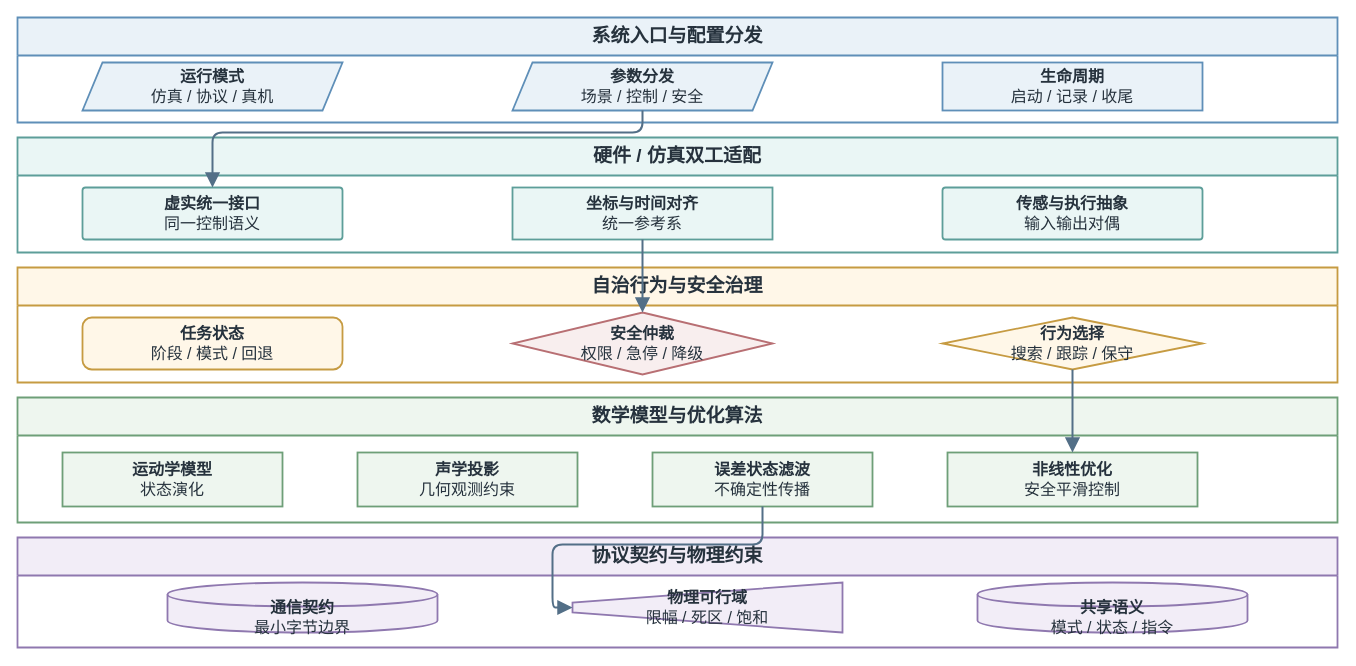
Before: docs/thesis/figures/architecture/auv_v2_five_layer_functional_architecture.drawio in 360ZMEM/AUV-Master-Project, a draw.io diagram. Source tidied: cells renumbered, new cells numbered last; positions are measured from the earlier drawing's top-left corner, leaving out a move shared by most shapes. Both pictures are drawn from the tidied source at 100%, with x=0, y=0 at pixel (17, 17).
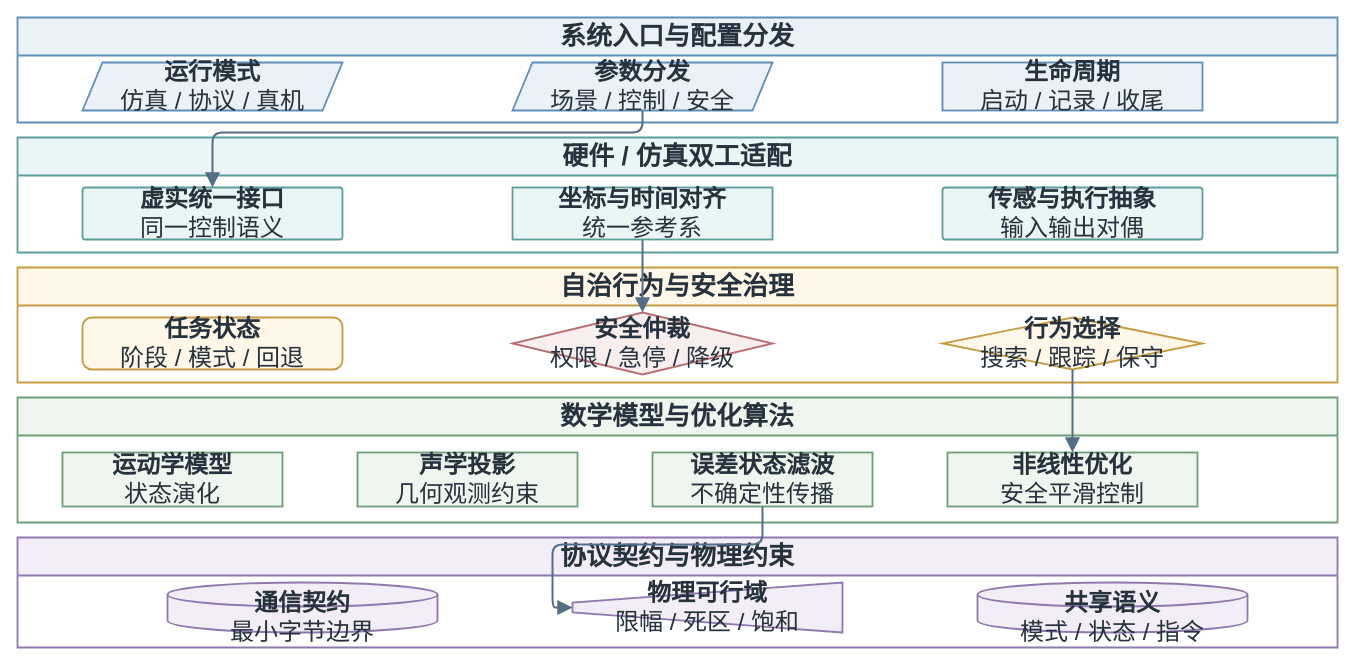
Above is the later version.

What changed in the source:
```diff
@@
-    <mxCell id="2" value="系统入口与配置分发" style="swimlane;whiteSpace=wrap;html=1;startSize=38;rounded=0;fillColor=#EAF2F8;strokeColor=#5F8FB8;strokeWidth=1.8;fontFamily=Songti SC;fontSize=19;fontStyle=1;fontColor=#26323D;" parent="1" vertex="1">
+    <mxCell id="2" value="系统入口与配置分发" style="swimlane;whiteSpace=wrap;html=1;startSize=38;rounded=0;fillColor=#EAF2F8;strokeColor=#5F8FB8;strokeWidth=1.8;fontFamily=Songti SC;fontSize=26;fontStyle=1;fontColor=#26323D;" parent="1" vertex="1">
       <mxGeometry width="1320" height="105" as="geometry" />
     </mxCell>
-    <mxCell id="3" value="硬件 / 仿真双工适配" style="swimlane;whiteSpace=wrap;html=1;startSize=38;rounded=0;fillColor=#EAF6F5;strokeColor=#5D9E99;strokeWidth=1.8;fontFamily=Songti SC;fontSize=19;fontStyle=1;fontColor=#26323D;" parent="1" vertex="1">
+    <mxCell id="3" value="硬件 / 仿真双工适配" style="swimlane;whiteSpace=wrap;html=1;startSize=38;rounded=0;fillColor=#EAF6F5;strokeColor=#5D9E99;strokeWidth=1.8;fontFamily=Songti SC;fontSize=26;fontStyle=1;fontColor=#26323D;" parent="1" vertex="1">
       <mxGeometry y="120" width="1320" height="115" as="geometry" />
     </mxCell>
-    <mxCell id="4" value="自治行为与安全治理" style="swimlane;whiteSpace=wrap;html=1;startSize=38;rounded=0;fillColor=#FFF7E8;strokeColor=#C69B42;strokeWidth=1.8;fontFamily=Songti SC;fontSize=19;fontStyle=1;fontColor=#26323D;" parent="1" vertex="1">
+    <mxCell id="4" value="自治行为与安全治理" style="swimlane;whiteSpace=wrap;html=1;startSize=38;rounded=0;fillColor=#FFF7E8;strokeColor=#C69B42;strokeWidth=1.8;fontFamily=Songti SC;fontSize=26;fontStyle=1;fontColor=#26323D;" parent="1" vertex="1">
       <mxGeometry y="250" width="1320" height="115" as="geometry" />
     </mxCell>
-    <mxCell id="5" value="数学模型与优化算法" style="swimlane;whiteSpace=wrap;html=1;startSize=38;rounded=0;fillColor=#EEF6EF;strokeColor=#6E9F78;strokeWidth=1.8;fontFamily=Songti SC;fontSize=19;fontStyle=1;fontColor=#26323D;" parent="1" vertex="1">
+    <mxCell id="5" value="数学模型与优化算法" style="swimlane;whiteSpace=wrap;html=1;startSize=38;rounded=0;fillColor=#EEF6EF;strokeColor=#6E9F78;strokeWidth=1.8;fontFamily=Songti SC;fontSize=26;fontStyle=1;fontColor=#26323D;" parent="1" vertex="1">
       <mxGeometry y="380" width="1320" height="125" as="geometry" />
     </mxCell>
-    <mxCell id="6" value="协议契约与物理约束" style="swimlane;whiteSpace=wrap;html=1;startSize=38;rounded=0;fillColor=#F2EDF7;strokeColor=#8F78AF;strokeWidth=1.8;fontFamily=Songti SC;fontSize=19;fontStyle=1;fontColor=#26323D;" parent="1" vertex="1">
+    <mxCell id="6" value="协议契约与物理约束" style="swimlane;whiteSpace=wrap;html=1;startSize=38;rounded=0;fillColor=#F2EDF7;strokeColor=#8F78AF;strokeWidth=1.8;fontFamily=Songti SC;fontSize=26;fontStyle=1;fontColor=#26323D;" parent="1" vertex="1">
       <mxGeometry y="520" width="1320" height="110" as="geometry" />
     </mxCell>
-    <mxCell id="7" value="&lt;b&gt;运行模式&lt;/b&gt;&lt;br&gt;仿真 / 协议 / 真机" style="shape=parallelogram;perimeter=parallelogramPerimeter;fixedSize=1;whiteSpace=wrap;html=1;align=center;verticalAlign=middle;fillColor=#EAF2F8;strokeColor=#5F8FB8;strokeWidth=1.8;spacing=8;fontFamily=Songti SC;fontSize=16;fontColor=#26323D;" parent="2" vertex="1">
+    <mxCell id="7" value="&lt;b&gt;运行模式&lt;/b&gt;&lt;br&gt;仿真 / 协议 / 真机" style="shape=parallelogram;perimeter=parallelogramPerimeter;fixedSize=1;whiteSpace=wrap;html=1;align=center;verticalAlign=middle;fillColor=#EAF2F8;strokeColor=#5F8FB8;strokeWidth=1.8;spacing=8;fontFamily=Songti SC;fontSize=24;fontColor=#26323D;" parent="2" vertex="1">
       <mxGeometry x="65" y="45" width="260" height="48" as="geometry" />
     </mxCell>
-    <mxCell id="8" value="&lt;b&gt;参数分发&lt;/b&gt;&lt;br&gt;场景 / 控制 / 安全" style="shape=parallelogram;perimeter=parallelogramPerimeter;fixedSize=1;whiteSpace=wrap;html=1;align=center;verticalAlign=middle;fillColor=#EAF2F8;strokeColor=#5F8FB8;strokeWidth=1.8;spacing=8;fontFamily=Songti SC;fontSize=16;fontColor=#26323D;" parent="2" vertex="1">
+    <mxCell id="8" value="&lt;b&gt;参数分发&lt;/b&gt;&lt;br&gt;场景 / 控制 / 安全" style="shape=parallelogram;perimeter=parallelogramPerimeter;fixedSize=1;whiteSpace=wrap;html=1;align=center;verticalAlign=middle;fillColor=#EAF2F8;strokeColor=#5F8FB8;strokeWidth=1.8;spacing=8;fontFamily=Songti SC;fontSize=24;fontColor=#26323D;" parent="2" vertex="1">
       <mxGeometry x="495" y="45" width="260" height="48" as="geometry" />
     </mxCell>
-    <mxCell id="9" value="&lt;b&gt;生命周期&lt;/b&gt;&lt;br&gt;启动 / 记录 / 收尾" style="rounded=0;whiteSpace=wrap;html=1;align=center;verticalAlign=middle;fillColor=#EAF2F8;strokeColor=#5F8FB8;strokeWidth=1.8;spacing=8;fontFamily=Songti SC;fontSize=16;fontColor=#26323D;" parent="2" vertex="1">
+    <mxCell id="9" value="&lt;b&gt;生命周期&lt;/b&gt;&lt;br&gt;启动 / 记录 / 收尾" style="rounded=0;whiteSpace=wrap;html=1;align=center;verticalAlign=middle;fillColor=#EAF2F8;strokeColor=#5F8FB8;strokeWidth=1.8;spacing=8;fontFamily=Songti SC;fontSize=24;fontColor=#26323D;" parent="2" vertex="1">
       <mxGeometry x="925" y="45" width="260" height="48" as="geometry" />
     </mxCell>
-    <mxCell id="10" value="&lt;b&gt;虚实统一接口&lt;/b&gt;&lt;br&gt;同一控制语义" style="rounded=1;arcSize=6;whiteSpace=wrap;html=1;align=center;verticalAlign=middle;fillColor=#EAF6F5;strokeColor=#5D9E99;strokeWidth=1.8;spacing=8;fontFamily=Songti SC;fontSize=16;fontColor=#26323D;" parent="3" vertex="1">
+    <mxCell id="10" value="&lt;b&gt;虚实统一接口&lt;/b&gt;&lt;br&gt;同一控制语义" style="rounded=1;arcSize=6;whiteSpace=wrap;html=1;align=center;verticalAlign=middle;fillColor=#EAF6F5;strokeColor=#5D9E99;strokeWidth=1.8;spacing=8;fontFamily=Songti SC;fontSize=24;fontColor=#26323D;" parent="3" vertex="1">
       <mxGeometry x="65" y="50" width="260" height="52" as="geometry" />
     </mxCell>
-    <mxCell id="11" value="&lt;b&gt;坐标与时间对齐&lt;/b&gt;&lt;br&gt;统一参考系" style="rounded=0;whiteSpace=wrap;html=1;align=center;verticalAlign=middle;fillColor=#EAF6F5;strokeColor=#5D9E99;strokeWidth=1.8;spacing=8;fontFamily=Songti SC;fontSize=16;fontColor=#26323D;" parent="3" vertex="1">
+    <mxCell id="11" value="&lt;b&gt;坐标与时间对齐&lt;/b&gt;&lt;br&gt;统一参考系" style="rounded=0;whiteSpace=wrap;html=1;align=center;verticalAlign=middle;fillColor=#EAF6F5;strokeColor=#5D9E99;strokeWidth=1.8;spacing=8;fontFamily=Songti SC;fontSize=24;fontColor=#26323D;" parent="3" vertex="1">
       <mxGeometry x="495" y="50" width="260" height="52" as="geometry" />
     </mxCell>
-    <mxCell id="12" value="&lt;b&gt;传感与执行抽象&lt;/b&gt;&lt;br&gt;输入输出对偶" style="rounded=1;arcSize=6;whiteSpace=wrap;html=1;align=center;verticalAlign=middle;fillColor=#EAF6F5;strokeColor=#5D9E99;strokeWidth=1.8;spacing=8;fontFamily=Songti SC;fontSize=16;fontColor=#26323D;" parent="3" vertex="1">
+    <mxCell id="12" value="&lt;b&gt;传感与执行抽象&lt;/b&gt;&lt;br&gt;输入输出对偶" style="rounded=1;arcSize=6;whiteSpace=wrap;html=1;align=center;verticalAlign=middle;fillColor=#EAF6F5;strokeColor=#5D9E99;strokeWidth=1.8;spacing=8;fontFamily=Songti SC;fontSize=24;fontColor=#26323D;" parent="3" vertex="1">
       <mxGeometry x="925" y="50" width="260" height="52" as="geometry" />
     </mxCell>
-    <mxCell id="13" value="&lt;b&gt;任务状态&lt;/b&gt;&lt;br&gt;阶段 / 模式 / 回退" style="rounded=1;arcSize=18;whiteSpace=wrap;html=1;align=center;verticalAlign=middle;fillColor=#FFF7E8;strokeColor=#C69B42;strokeWidth=1.8;spacing=8;fontFamily=Songti SC;fontSize=16;fontColor=#26323D;" parent="4" vertex="1">
+    <mxCell id="13" value="&lt;b&gt;任务状态&lt;/b&gt;&lt;br&gt;阶段 / 模式 / 回退" style="rounded=1;arcSize=18;whiteSpace=wrap;html=1;align=center;verticalAlign=middle;fillColor=#FFF7E8;strokeColor=#C69B42;strokeWidth=1.8;spacing=8;fontFamily=Songti SC;fontSize=24;fontColor=#26323D;" parent="4" vertex="1">
       <mxGeometry x="65" y="50" width="260" height="52" as="geometry" />
     </mxCell>
-    <mxCell id="14" value="&lt;b&gt;安全仲裁&lt;/b&gt;&lt;br&gt;权限 / 急停 / 降级" style="rhombus;whiteSpace=wrap;html=1;align=center;verticalAlign=middle;fillColor=#F8EEEE;strokeColor=#B86F73;strokeWidth=1.8;spacing=8;fontFamily=Songti SC;fontSize=16;fontColor=#26323D;" parent="4" vertex="1">
+    <mxCell id="14" value="&lt;b&gt;安全仲裁&lt;/b&gt;&lt;br&gt;权限 / 急停 / 降级" style="rhombus;whiteSpace=wrap;html=1;align=center;verticalAlign=middle;fillColor=#F8EEEE;strokeColor=#B86F73;strokeWidth=1.8;spacing=8;fontFamily=Songti SC;fontSize=24;fontColor=#26323D;" parent="4" vertex="1">
       <mxGeometry x="495" y="45" width="260" height="62" as="geometry" />
     </mxCell>
-    <mxCell id="15" value="&lt;b&gt;行为选择&lt;/b&gt;&lt;br&gt;搜索 / 跟踪 / 保守" style="rhombus;whiteSpace=wrap;html=1;align=center;verticalAlign=middle;fillColor=#FFF7E8;strokeColor=#C69B42;strokeWidth=1.8;spacing=8;fontFamily=Songti SC;fontSize=16;fontColor=#26323D;" parent="4" vertex="1">
+    <mxCell id="15" value="&lt;b&gt;行为选择&lt;/b&gt;&lt;br&gt;搜索 / 跟踪 / 保守" style="rhombus;whiteSpace=wrap;html=1;align=center;verticalAlign=middle;fillColor=#FFF7E8;strokeColor=#C69B42;strokeWidth=1.8;spacing=8;fontFamily=Songti SC;fontSize=24;fontColor=#26323D;" parent="4" vertex="1">
       <mxGeometry x="925" y="50" width="260" height="52" as="geometry" />
     </mxCell>
-    <mxCell id="16" value="&lt;b&gt;运动学模型&lt;/b&gt;&lt;br&gt;状态演化" style="rounded=0;whiteSpace=wrap;html=1;align=center;verticalAlign=middle;fillColor=#EEF6EF;strokeColor=#6E9F78;strokeWidth=1.8;spacing=8;fontFamily=Songti SC;fontSize=16;fontColor=#26323D;" parent="5" vertex="1">
+    <mxCell id="16" value="&lt;b&gt;运动学模型&lt;/b&gt;&lt;br&gt;状态演化" style="rounded=0;whiteSpace=wrap;html=1;align=center;verticalAlign=middle;fillColor=#EEF6EF;strokeColor=#6E9F78;strokeWidth=1.8;spacing=8;fontFamily=Songti SC;fontSize=24;fontColor=#26323D;" parent="5" vertex="1">
       <mxGeometry x="45" y="55" width="220" height="54" as="geometry" />
     </mxCell>
-    <mxCell id="17" value="&lt;b&gt;声学投影&lt;/b&gt;&lt;br&gt;几何观测约束" style="rounded=0;whiteSpace=wrap;html=1;align=center;verticalAlign=middle;fillColor=#EEF6EF;strokeColor=#6E9F78;strokeWidth=1.8;spacing=8;fontFamily=Songti SC;fontSize=16;fontColor=#26323D;" parent="5" vertex="1">
+    <mxCell id="17" value="&lt;b&gt;声学投影&lt;/b&gt;&lt;br&gt;几何观测约束" style="rounded=0;whiteSpace=wrap;html=1;align=center;verticalAlign=middle;fillColor=#EEF6EF;strokeColor=#6E9F78;strokeWidth=1.8;spacing=8;fontFamily=Songti SC;fontSize=24;fontColor=#26323D;" parent="5" vertex="1">
       <mxGeometry x="340" y="55" width="220" height="54" as="geometry" />
     </mxCell>
-    <mxCell id="18" value="&lt;b&gt;误差状态滤波&lt;/b&gt;&lt;br&gt;不确定性传播" style="rounded=0;whiteSpace=wrap;html=1;align=center;verticalAlign=middle;fillColor=#EEF6EF;strokeColor=#6E9F78;strokeWidth=1.8;spacing=8;fontFamily=Songti SC;fontSize=16;fontColor=#26323D;" parent="5" vertex="1">
+    <mxCell id="18" value="&lt;b&gt;误差状态滤波&lt;/b&gt;&lt;br&gt;不确定性传播" style="rounded=0;whiteSpace=wrap;html=1;align=center;verticalAlign=middle;fillColor=#EEF6EF;strokeColor=#6E9F78;strokeWidth=1.8;spacing=8;fontFamily=Songti SC;fontSize=24;fontColor=#26323D;" parent="5" vertex="1">
       <mxGeometry x="635" y="55" width="220" height="54" as="geometry" />
     </mxCell>
-    <mxCell id="19" value="&lt;b&gt;非线性优化&lt;/b&gt;&lt;br&gt;安全平滑控制" style="rounded=0;whiteSpace=wrap;html=1;align=center;verticalAlign=middle;fillColor=#EEF6EF;strokeColor=#6E9F78;strokeWidth=1.8;spacing=8;fontFamily=Songti SC;fontSize=16;fontColor=#26323D;" parent="5" vertex="1">
+    <mxCell id="19" value="&lt;b&gt;非线性优化&lt;/b&gt;&lt;br&gt;安全平滑控制" style="rounded=0;whiteSpace=wrap;html=1;align=center;verticalAlign=middle;fillColor=#EEF6EF;strokeColor=#6E9F78;strokeWidth=1.8;spacing=8;fontFamily=Songti SC;fontSize=24;fontColor=#26323D;" parent="5" vertex="1">
       <mxGeometry x="930" y="55" width="250" height="54" as="geometry" />
     </mxCell>
-    <mxCell id="20" value="&lt;b&gt;通信契约&lt;/b&gt;&lt;br&gt;最小字节边界" style="shape=cylinder3;boundedLbl=1;backgroundOutline=1;size=12;whiteSpace=wrap;html=1;align=center;verticalAlign=middle;fillColor=#F2EDF7;strokeColor=#8F78AF;strokeWidth=1.8;spacing=8;fontFamily=Songti SC;fontSize=16;fontColor=#26323D;" parent="6" vertex="1">
+    <mxCell id="20" value="&lt;b&gt;通信契约&lt;/b&gt;&lt;br&gt;最小字节边界" style="shape=cylinder3;boundedLbl=1;backgroundOutline=1;size=12;whiteSpace=wrap;html=1;align=center;verticalAlign=middle;fillColor=#F2EDF7;strokeColor=#8F78AF;strokeWidth=1.8;spacing=8;fontFamily=Songti SC;fontSize=24;fontColor=#26323D;" parent="6" vertex="1">
       <mxGeometry x="150" y="45" width="270" height="50" as="geometry" />
     </mxCell>
-    <mxCell id="21" value="&lt;b&gt;物理可行域&lt;/b&gt;&lt;br&gt;限幅 / 死区 / 饱和" style="shape=trapezoid;perimeter=trapezoidPerimeter;fixedSize=1;direction=north;whiteSpace=wrap;html=1;align=center;verticalAlign=middle;fillColor=#F2EDF7;strokeColor=#8F78AF;strokeWidth=1.8;spacing=8;fontFamily=Songti SC;fontSize=16;fontColor=#26323D;" parent="6" vertex="1">
+    <mxCell id="21" value="&lt;b&gt;物理可行域&lt;/b&gt;&lt;br&gt;限幅 / 死区 / 饱和" style="shape=trapezoid;perimeter=trapezoidPerimeter;fixedSize=1;direction=north;whiteSpace=wrap;html=1;align=center;verticalAlign=middle;fillColor=#F2EDF7;strokeColor=#8F78AF;strokeWidth=1.8;spacing=8;fontFamily=Songti SC;fontSize=24;fontColor=#26323D;" parent="6" vertex="1">
       <mxGeometry x="555" y="45" width="270" height="50" as="geometry" />
     </mxCell>
-    <mxCell id="22" value="&lt;b&gt;共享语义&lt;/b&gt;&lt;br&gt;模式 / 状态 / 指令" style="shape=cylinder3;boundedLbl=1;backgroundOutline=1;size=12;whiteSpace=wrap;html=1;align=center;verticalAlign=middle;fillColor=#F2EDF7;strokeColor=#8F78AF;strokeWidth=1.8;spacing=8;fontFamily=Songti SC;fontSize=16;fontColor=#26323D;" parent="6" vertex="1">
+    <mxCell id="22" value="&lt;b&gt;共享语义&lt;/b&gt;&lt;br&gt;模式 / 状态 / 指令" style="shape=cylinder3;boundedLbl=1;backgroundOutline=1;size=12;whiteSpace=wrap;html=1;align=center;verticalAlign=middle;fillColor=#F2EDF7;strokeColor=#8F78AF;strokeWidth=1.8;spacing=8;fontFamily=Songti SC;fontSize=24;fontColor=#26323D;" parent="6" vertex="1">
       <mxGeometry x="960" y="45" width="270" height="50" as="geometry" />
     </mxCell>
-    <mxCell id="23" style="edgeStyle=orthogonalEdgeStyle;rounded=1;jettySize=auto;html=1;strokeColor=#536F87;strokeWidth=2.0;fontFamily=Songti SC;fontSize=14;fontStyle=1;fontColor=#25384A;labelBackgroundColor=#FFFFFF;labelBorderColor=none;endArrow=block;endFill=1;endSize=10;exitX=0.5;exitY=1;entryX=0.5;entryY=0;" parent="1" edge="1" source="8" target="10">
+    <mxCell id="23" style="edgeStyle=orthogonalEdgeStyle;rounded=1;jettySize=auto;html=1;strokeColor=#536F87;strokeWidth=2.0;fontFamily=Songti SC;fontSize=20;fontStyle=1;fontColor=#25384A;labelBackgroundColor=#FFFFFF;labelBorderColor=none;endArrow=block;endFill=1;endSize=10;exitX=0.5;exitY=1;entryX=0.5;entryY=0;" parent="1" edge="1" source="8" target="10">
       <mxGeometry relative="1" as="geometry">
         <Array as="points">
           <mxPoint x="595" y="115" />
           <mxPoint x="165" y="115" />
         </Array>
       </mxGeometry>
     </mxCell>
-    <mxCell id="24" style="edgeStyle=orthogonalEdgeStyle;rounded=1;jettySize=auto;html=1;strokeColor=#536F87;strokeWidth=2.0;fontFamily=Songti SC;fontSize=14;fontStyle=1;fontColor=#25384A;labelBackgroundColor=#FFFFFF;labelBorderColor=none;endArrow=block;endFill=1;endSize=10;exitX=0.5;exitY=1;entryX=0.5;entryY=0;" parent="1" edge="1" source="11" target="14">
+    <mxCell id="24" style="edgeStyle=orthogonalEdgeStyle;rounded=1;jettySize=auto;html=1;strokeColor=#536F87;strokeWidth=2.0;fontFamily=Songti SC;fontSize=20;fontStyle=1;fontColor=#25384A;labelBackgroundColor=#FFFFFF;labelBorderColor=none;endArrow=block;endFill=1;endSize=10;exitX=0.5;exitY=1;entryX=0.5;entryY=0;" parent="1" edge="1" source="11" target="14">
       <mxGeometry relative="1" as="geometry" />
     </mxCell>
-    <mxCell id="25" style="edgeStyle=orthogonalEdgeStyle;rounded=1;jettySize=auto;html=1;strokeColor=#536F87;strokeWidth=2.0;fontFamily=Songti SC;fontSize=14;fontStyle=1;fontColor=#25384A;labelBackgroundColor=#FFFFFF;labelBorderColor=none;endArrow=block;endFill=1;endSize=10;exitX=0.5;exitY=1;entryX=0.5;entryY=0;" parent="1" edge="1" source="15" target="19">
+    <mxCell id="25" style="edgeStyle=orthogonalEdgeStyle;rounded=1;jettySize=auto;html=1;strokeColor=#536F87;strokeWidth=2.0;fontFamily=Songti SC;fontSize=20;fontStyle=1;fontColor=#25384A;labelBackgroundColor=#FFFFFF;labelBorderColor=none;endArrow=block;endFill=1;endSize=10;exitX=0.5;exitY=1;entryX=0.5;entryY=0;" parent="1" edge="1" source="15" target="19">
       <mxGeometry relative="1" as="geometry" />
     </mxCell>
-    <mxCell id="26" style="edgeStyle=orthogonalEdgeStyle;rounded=1;jettySize=auto;html=1;strokeColor=#536F87;strokeWidth=2.0;fontFamily=Songti SC;fontSize=14;fontStyle=1;fontColor=#25384A;labelBackgroundColor=#FFFFFF;labelBorderColor=none;endArrow=block;endFill=1;endSize=10;exitX=0.5;exitY=1;entryX=0.5;entryY=0;" parent="1" edge="1" source="18" target="21">
+    <mxCell id="26" style="edgeStyle=orthogonalEdgeStyle;rounded=1;jettySize=auto;html=1;strokeColor=#536F87;strokeWidth=2.0;fontFamily=Songti SC;fontSize=20;fontStyle=1;fontColor=#25384A;labelBackgroundColor=#FFFFFF;labelBorderColor=none;endArrow=block;endFill=1;endSize=10;exitX=0.5;exitY=1;entryX=0.5;entryY=0;" parent="1" edge="1" source="18" target="21">
       <mxGeometry relative="1" as="geometry" />
     </mxCell>
```
